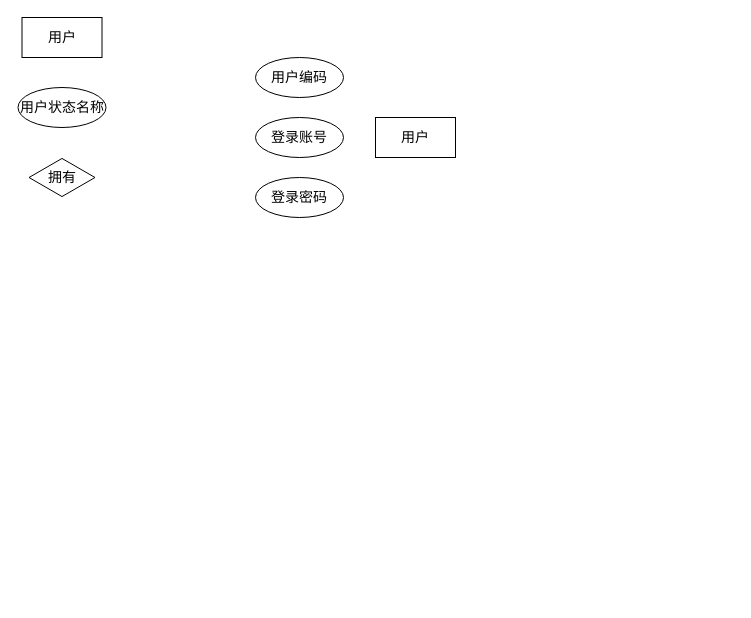
Above: CDRS/E-R.drawio in waterwatermelon/graph (draw.io), before the change. Source tidied: cells renumbered, new cells numbered last; positions are measured from the earlier drawing's top-left corner, leaving out a move shared by most shapes. Both pictures are drawn from the tidied source at 100%, with x=0, y=0 at pixel (17, 17).
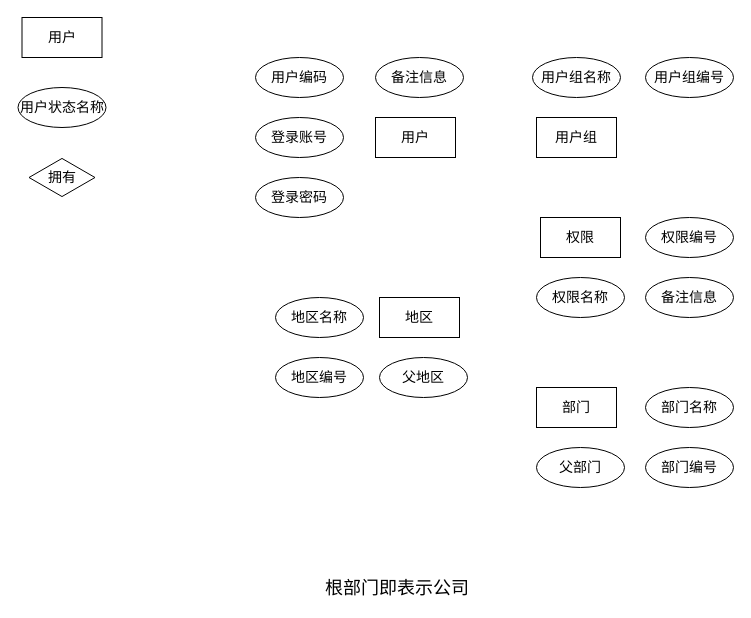
The same page after the edit.

Change to the diagram source:
```diff
@@
+    <mxCell id="9" value="用户组" style="rounded=0;whiteSpace=wrap;html=1;fontSize=14;" parent="1" vertex="1">
+      <mxGeometry x="519" y="100" width="80" height="40" as="geometry" />
+    </mxCell>
+    <mxCell id="10" value="用户组名称" style="ellipse;whiteSpace=wrap;html=1;fontSize=14;" parent="1" vertex="1">
+      <mxGeometry x="515" y="40" width="88" height="40" as="geometry" />
+    </mxCell>
+    <mxCell id="11" value="权限" style="rounded=0;whiteSpace=wrap;html=1;fontSize=14;" parent="1" vertex="1">
+      <mxGeometry x="523" y="200" width="80" height="40" as="geometry" />
+    </mxCell>
+    <mxCell id="12" value="备注信息" style="ellipse;whiteSpace=wrap;html=1;fontSize=14;" parent="1" vertex="1">
+      <mxGeometry x="358" y="40" width="88" height="40" as="geometry" />
+    </mxCell>
+    <mxCell id="13" value="权限名称" style="ellipse;whiteSpace=wrap;html=1;fontSize=14;" parent="1" vertex="1">
+      <mxGeometry x="519" y="260" width="88" height="40" as="geometry" />
+    </mxCell>
+    <mxCell id="14" value="用户组编号" style="ellipse;whiteSpace=wrap;html=1;fontSize=14;" parent="1" vertex="1">
+      <mxGeometry x="628" y="40" width="88" height="40" as="geometry" />
+    </mxCell>
+    <mxCell id="15" value="权限编号" style="ellipse;whiteSpace=wrap;html=1;fontSize=14;" parent="1" vertex="1">
+      <mxGeometry x="628" y="200" width="88" height="40" as="geometry" />
+    </mxCell>
+    <mxCell id="16" value="备注信息" style="ellipse;whiteSpace=wrap;html=1;fontSize=14;" parent="1" vertex="1">
+      <mxGeometry x="628" y="260" width="88" height="40" as="geometry" />
+    </mxCell>
+    <mxCell id="17" value="地区" style="rounded=0;whiteSpace=wrap;html=1;fontSize=14;" parent="1" vertex="1">
+      <mxGeometry x="362" y="280" width="80" height="40" as="geometry" />
+    </mxCell>
+    <mxCell id="18" value="地区名称" style="ellipse;whiteSpace=wrap;html=1;fontSize=14;" parent="1" vertex="1">
+      <mxGeometry x="258" y="280" width="88" height="40" as="geometry" />
+    </mxCell>
+    <mxCell id="19" value="地区编号" style="ellipse;whiteSpace=wrap;html=1;fontSize=14;" parent="1" vertex="1">
+      <mxGeometry x="258" y="340" width="88" height="40" as="geometry" />
+    </mxCell>
+    <mxCell id="20" value="部门" style="rounded=0;whiteSpace=wrap;html=1;fontSize=14;" parent="1" vertex="1">
+      <mxGeometry x="519" y="370" width="80" height="40" as="geometry" />
+    </mxCell>
+    <mxCell id="21" value="部门名称" style="ellipse;whiteSpace=wrap;html=1;fontSize=14;" parent="1" vertex="1">
+      <mxGeometry x="628" y="370" width="88" height="40" as="geometry" />
+    </mxCell>
+    <mxCell id="22" value="部门编号" style="ellipse;whiteSpace=wrap;html=1;fontSize=14;" parent="1" vertex="1">
+      <mxGeometry x="628" y="430" width="88" height="40" as="geometry" />
+    </mxCell>
+    <mxCell id="23" value="父部门" style="ellipse;whiteSpace=wrap;html=1;fontSize=14;" parent="1" vertex="1">
+      <mxGeometry x="519" y="430" width="88" height="40" as="geometry" />
+    </mxCell>
+    <mxCell id="24" value="父地区" style="ellipse;whiteSpace=wrap;html=1;fontSize=14;" parent="1" vertex="1">
+      <mxGeometry x="362" y="340" width="88" height="40" as="geometry" />
+    </mxCell>
+    <mxCell id="25" value="&lt;span style=&quot;font-size: 18px&quot;&gt;根部门即表示公司&lt;/span&gt;" style="text;html=1;align=left;verticalAlign=top;spacingTop=-4;" parent="1" vertex="1">
+      <mxGeometry x="306" y="558" width="160" height="20" as="geometry" />
+    </mxCell>
```
